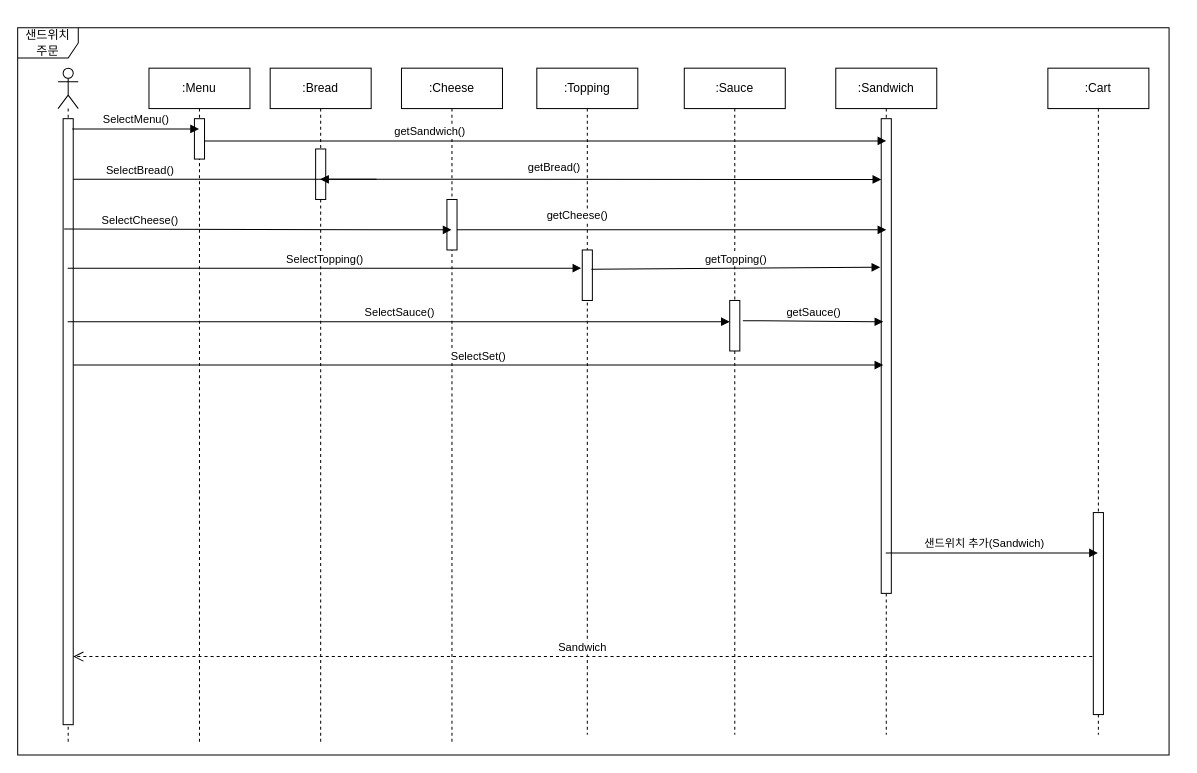
distroytest/KNUSD-20202-Team05 keeps this draw.io diagram as 상세명세서/Behavioral Model/sequence diagram/selece menu.drawio. Above is the earlier version. Source tidied: cells renumbered, new cells numbered last; positions are measured from the earlier drawing's top-left corner, leaving out a move shared by most shapes. Both pictures are drawn from the tidied source at 101%, with x=0, y=0 at pixel (17, 27).
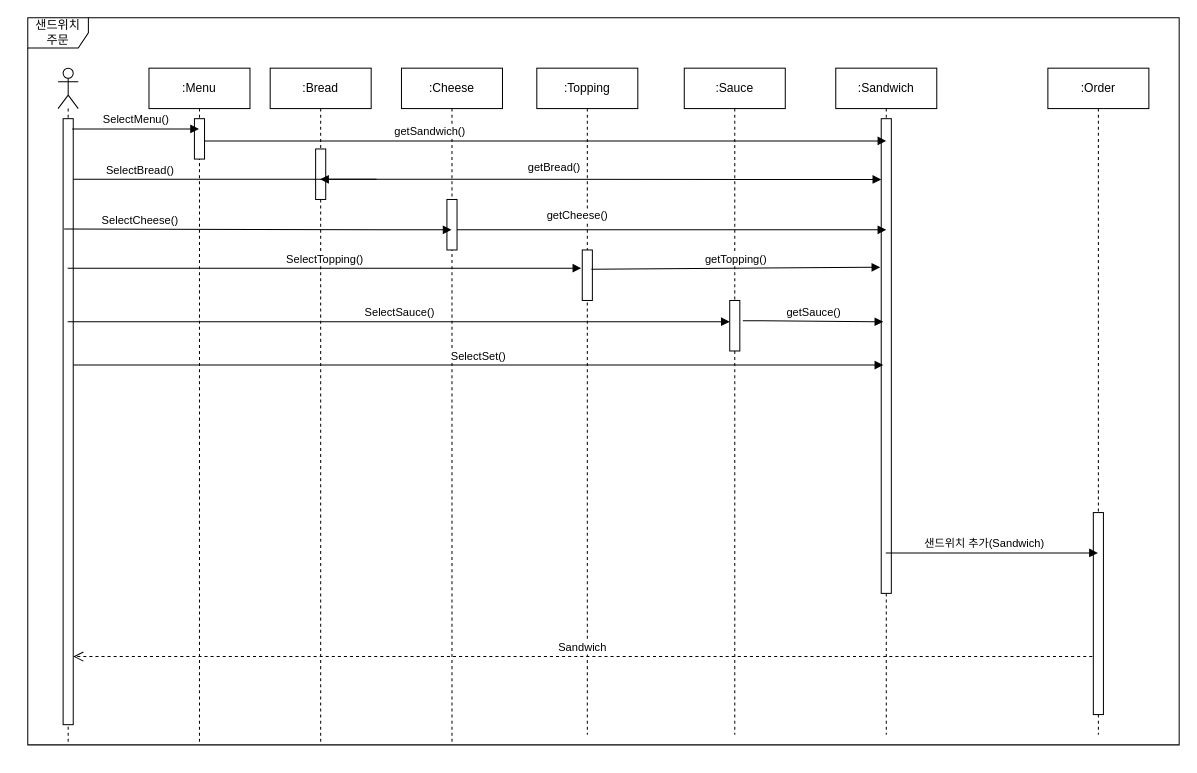
After the change.

Change to the diagram source:
```diff
@@
-    <mxCell id="11" value=":Cart" style="shape=umlLifeline;perimeter=lifelinePerimeter;whiteSpace=wrap;html=1;outlineConnect=0;" parent="1" vertex="1">
+    <mxCell id="11" value=":Order" style="shape=umlLifeline;perimeter=lifelinePerimeter;whiteSpace=wrap;html=1;outlineConnect=0;" parent="1" vertex="1">
       <mxGeometry x="1020" y="40" width="100" height="660" as="geometry" />
     </mxCell>
@@
     <mxCell id="31" value="샌드위치 주문" style="shape=umlFrame;whiteSpace=wrap;html=1;" parent="1" vertex="1">
-      <mxGeometry width="1140" height="720" as="geometry" />
+      <mxGeometry x="10" y="-10" width="1140" height="720" as="geometry" />
     </mxCell>
```
